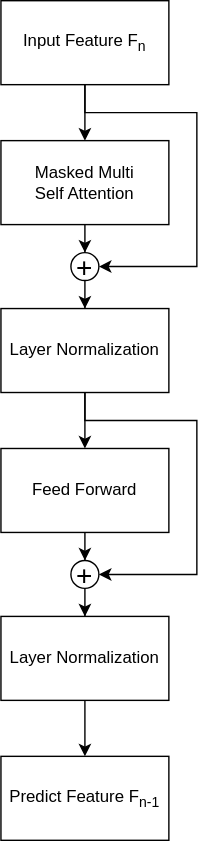
Above: Decoder.drawio.svg in hrf666666/FlowCharts (draw.io), before the change. Source tidied: cells renumbered, new cells last; positions are measured from the earlier drawing's top-left corner, leaving out a move shared by most shapes. Its diagram source:
```xml
<mxGraphModel>
  <root>
    <mxCell id="0" />
    <mxCell id="1" parent="0" />
    <mxCell id="2" style="edgeStyle=orthogonalEdgeStyle;rounded=0;jettySize=auto;html=1;entryX=0.5;entryY=0;entryDx=0;entryDy=0;" parent="1" edge="1" source="4" target="9">
      <mxGeometry relative="1" as="geometry" />
    </mxCell>
    <mxCell id="3" style="edgeStyle=orthogonalEdgeStyle;rounded=0;jettySize=auto;html=1;entryX=1;entryY=0.5;entryDx=0;entryDy=0;" parent="1" edge="1" source="4" target="15">
      <mxGeometry relative="1" as="geometry">
        <Array as="points">
          <mxPoint x="60" y="80" />
          <mxPoint x="140" y="80" />
          <mxPoint x="140" y="190" />
        </Array>
      </mxGeometry>
    </mxCell>
    <mxCell id="4" value="Input Feature F&lt;sub&gt;n&lt;/sub&gt;" style="rounded=0;whiteSpace=wrap;html=1;" parent="1" vertex="1">
      <mxGeometry width="120" height="60" as="geometry" />
    </mxCell>
    <mxCell id="5" style="edgeStyle=orthogonalEdgeStyle;rounded=0;jettySize=auto;html=1;entryX=0.5;entryY=0;entryDx=0;entryDy=0;" parent="1" edge="1" source="6" target="13">
      <mxGeometry relative="1" as="geometry" />
    </mxCell>
    <mxCell id="6" value="Layer Normalization" style="rounded=0;whiteSpace=wrap;html=1;" parent="1" vertex="1">
      <mxGeometry y="220" width="120" height="60" as="geometry" />
    </mxCell>
    <mxCell id="7" value="Predict Feature F&lt;sub style=&quot;border-color: var(--border-color);&quot;&gt;n-1&lt;/sub&gt;" style="rounded=0;whiteSpace=wrap;html=1;" parent="1" vertex="1">
      <mxGeometry y="540" width="120" height="60" as="geometry" />
    </mxCell>
    <mxCell id="8" style="edgeStyle=orthogonalEdgeStyle;rounded=0;jettySize=auto;html=1;entryX=0.5;entryY=0;entryDx=0;entryDy=0;" parent="1" edge="1" source="9" target="15">
      <mxGeometry relative="1" as="geometry" />
    </mxCell>
    <mxCell id="9" value="Masked Multi&lt;br&gt;Self Attention" style="rounded=0;whiteSpace=wrap;html=1;" parent="1" vertex="1">
      <mxGeometry y="100" width="120" height="60" as="geometry" />
    </mxCell>
    <mxCell id="10" style="edgeStyle=orthogonalEdgeStyle;rounded=0;jettySize=auto;html=1;entryX=0.5;entryY=0;entryDx=0;entryDy=0;" parent="1" edge="1" source="11" target="7">
      <mxGeometry relative="1" as="geometry" />
    </mxCell>
    <mxCell id="11" value="Layer Normalization" style="rounded=0;whiteSpace=wrap;html=1;" parent="1" vertex="1">
      <mxGeometry y="440" width="120" height="60" as="geometry" />
    </mxCell>
    <mxCell id="12" style="edgeStyle=orthogonalEdgeStyle;rounded=0;jettySize=auto;html=1;entryX=0.5;entryY=0;entryDx=0;entryDy=0;" parent="1" edge="1" source="13" target="17">
      <mxGeometry relative="1" as="geometry" />
    </mxCell>
    <mxCell id="13" value="Feed Forward" style="rounded=0;whiteSpace=wrap;html=1;" parent="1" vertex="1">
      <mxGeometry y="320" width="120" height="60" as="geometry" />
    </mxCell>
    <mxCell id="14" style="edgeStyle=orthogonalEdgeStyle;rounded=0;jettySize=auto;html=1;entryX=0.5;entryY=0;entryDx=0;entryDy=0;" parent="1" edge="1" source="15" target="6">
      <mxGeometry relative="1" as="geometry" />
    </mxCell>
    <mxCell id="15" value="&lt;font style=&quot;font-size: 20px;&quot;&gt;+&lt;/font&gt;" style="ellipse;whiteSpace=wrap;html=1;" parent="1" vertex="1">
      <mxGeometry x="50" y="180" width="20" height="20" as="geometry" />
    </mxCell>
    <mxCell id="16" style="edgeStyle=orthogonalEdgeStyle;rounded=0;jettySize=auto;html=1;entryX=0.5;entryY=0;entryDx=0;entryDy=0;" parent="1" edge="1" source="17" target="11">
      <mxGeometry relative="1" as="geometry" />
    </mxCell>
    <mxCell id="17" value="&lt;font style=&quot;font-size: 20px;&quot;&gt;+&lt;/font&gt;" style="ellipse;whiteSpace=wrap;html=1;" parent="1" vertex="1">
      <mxGeometry x="50" y="400" width="20" height="20" as="geometry" />
    </mxCell>
    <mxCell id="18" style="edgeStyle=orthogonalEdgeStyle;rounded=0;jettySize=auto;html=1;entryX=1;entryY=0.5;entryDx=0;entryDy=0;entryPerimeter=0;" parent="1" edge="1" source="6" target="17">
      <mxGeometry relative="1" as="geometry">
        <Array as="points">
          <mxPoint x="60" y="300" />
          <mxPoint x="140" y="300" />
          <mxPoint x="140" y="410" />
        </Array>
      </mxGeometry>
    </mxCell>
  </root>
</mxGraphModel>
```
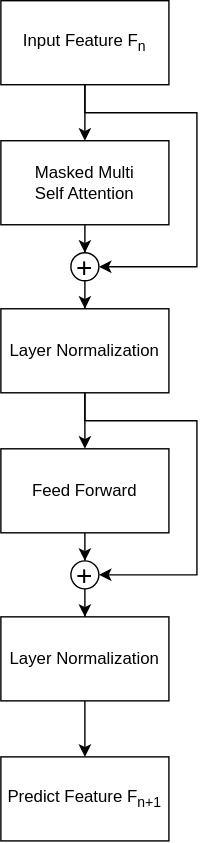
The same file after the commit.

Diff of the diagram source:
```diff
@@ -23,7 +23,7 @@
     <mxCell id="6" value="Layer Normalization" style="rounded=0;whiteSpace=wrap;html=1;" parent="1" vertex="1">
       <mxGeometry y="220" width="120" height="60" as="geometry" />
     </mxCell>
-    <mxCell id="7" value="Predict Feature F&lt;sub style=&quot;border-color: var(--border-color);&quot;&gt;n-1&lt;/sub&gt;" style="rounded=0;whiteSpace=wrap;html=1;" parent="1" vertex="1">
+    <mxCell id="7" value="Predict Feature F&lt;sub style=&quot;border-color: var(--border-color);&quot;&gt;n+1&lt;/sub&gt;" style="rounded=0;whiteSpace=wrap;html=1;" parent="1" vertex="1">
       <mxGeometry y="540" width="120" height="60" as="geometry" />
     </mxCell>
     <mxCell id="8" style="edgeStyle=orthogonalEdgeStyle;rounded=0;jettySize=auto;html=1;entryX=0.5;entryY=0;entryDx=0;entryDy=0;" parent="1" edge="1" source="9" target="15">
```
